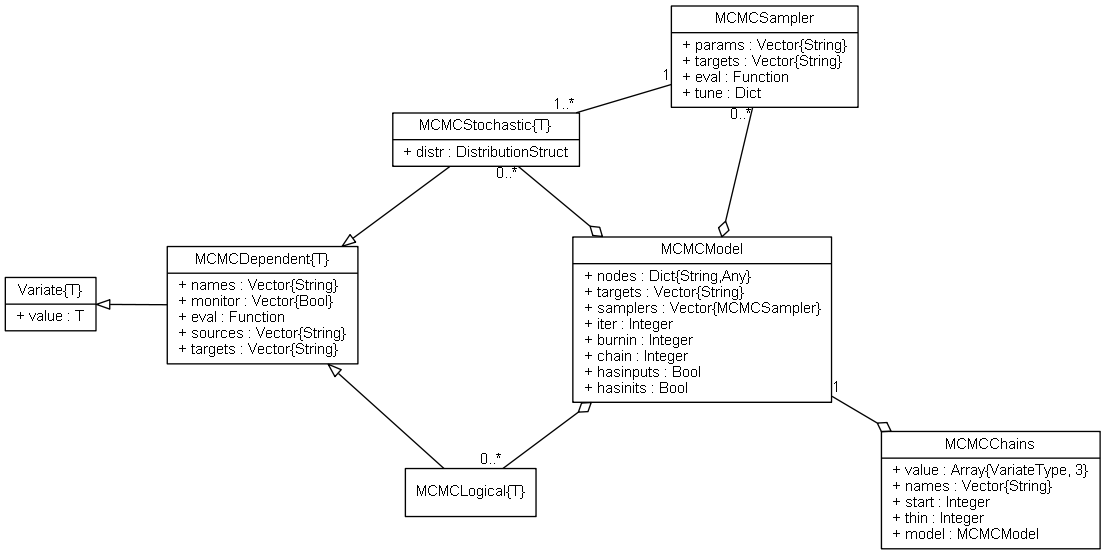
Above: doc/images/mcmcUML.png in brian-j-smith/Mamba.jl (Graphviz), before the change. Its source is kept beside it as doc/images/mcmcUML.dot.
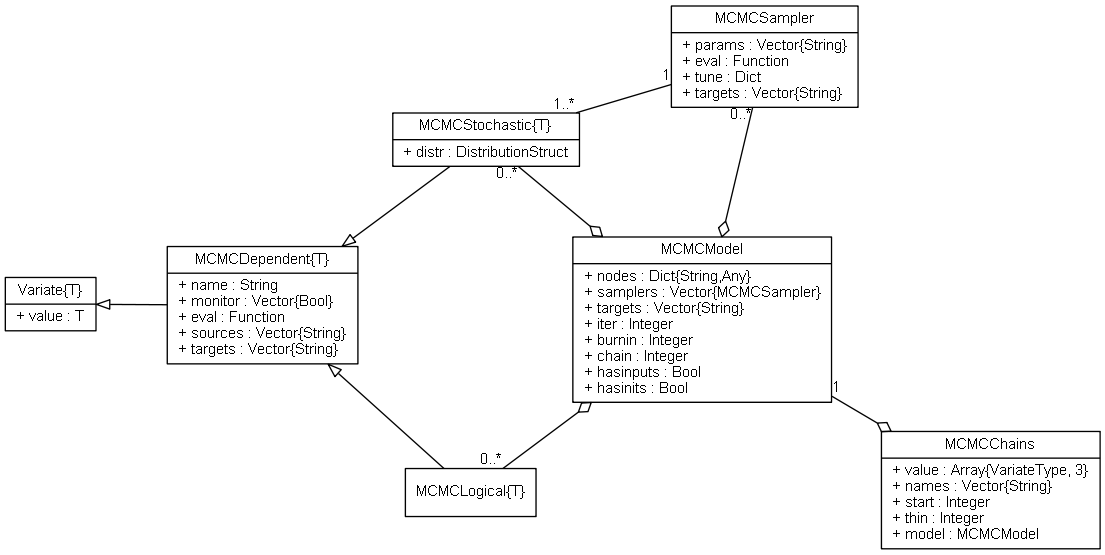
After the commit.

The edit, as a diff of the source:
```diff
@@ -10,15 +10,15 @@
 
 	Variate [label = "{Variate\{T\}|+ value : T\l}"]
 
-	MCMCDependent [label = "{MCMCDependent\{T\}|+ names : Vector\{String\}\l+ monitor : Vector\{Bool\}\l+ eval : Function\l+ sources : Vector\{String\}\l+ targets : Vector\{String\}\l}"]
+	MCMCDependent [label = "{MCMCDependent\{T\}|+ name : String\l+ monitor : Vector\{Bool\}\l+ eval : Function\l+ sources : Vector\{String\}\l+ targets : Vector\{String\}\l}"]
 
 	MCMCLogical [label = "{MCMCLogical\{T\}}"]
 
 	MCMCStochastic [label = "{MCMCStochastic\{T\}|+ distr : DistributionStruct\l}"]
 
-	MCMCSampler [label = "{MCMCSampler|+ params : Vector\{String\}\l+ targets : Vector\{String\}\l+ eval : Function\l+ tune : Dict\l}"]
+	MCMCSampler [label = "{MCMCSampler|+ params : Vector\{String\}\l+ eval : Function\l+ tune : Dict\l+ targets : Vector\{String\}\l}"]
 
-	MCMCModel [label = "{MCMCModel|+ nodes : Dict\{String,Any\}\l+ targets : Vector\{String\}\l+ samplers : Vector\{MCMCSampler\}\l+ iter : Integer\l+ burnin : Integer\l+ chain : Integer\l+ hasinputs : Bool\l+ hasinits : Bool\l}"]
+	MCMCModel [label = "{MCMCModel|+ nodes : Dict\{String,Any\}\l+ samplers : Vector\{MCMCSampler\}\l+ targets : Vector\{String\}\l+ iter : Integer\l+ burnin : Integer\l+ chain : Integer\l+ hasinputs : Bool\l+ hasinits : Bool\l}"]
 
 	MCMCChains [label = "{MCMCChains|+ value : Array\{VariateType, 3\}\l+ names : Vector\{String\}\l+ start : Integer\l+ thin : Integer\l+ model : MCMCModel\l}"]
 
```
